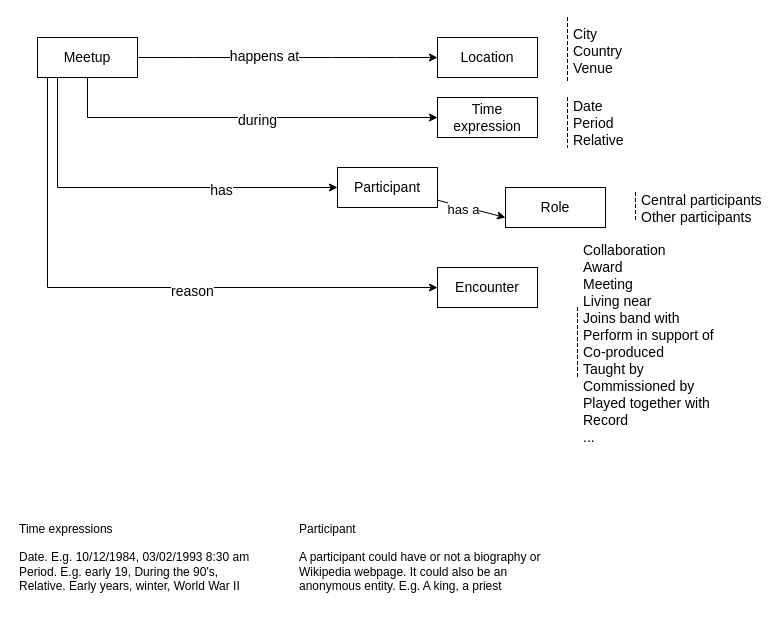
albamoralest/meetups_pilot keeps this draw.io diagram as page "Ideas" (1 of 2) of meetups-ontology.drawio. Above is the earlier version. Source tidied: cells renumbered, new cells numbered last; positions are measured from the earlier drawing's top-left corner, leaving out a move shared by most shapes. Both pictures are drawn from the tidied source at 100%, with x=0, y=0 at pixel (17, 17).
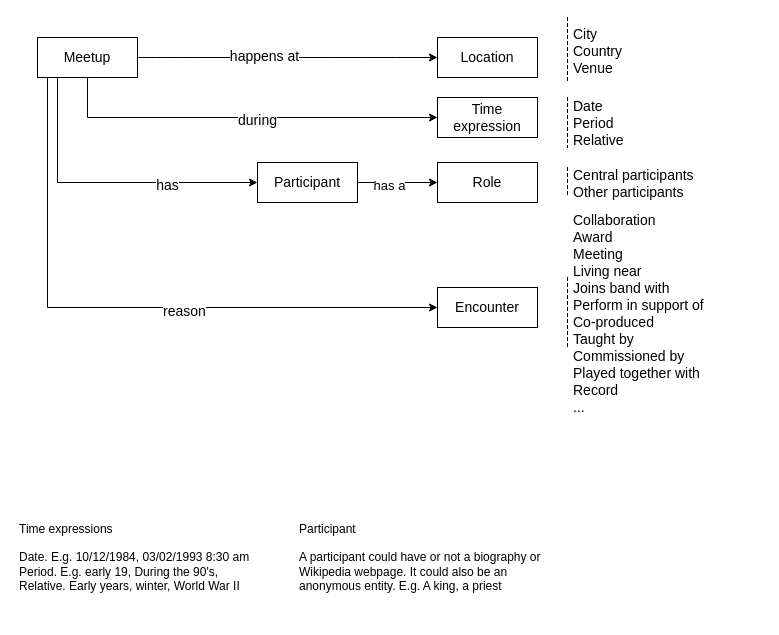
After the change.

Unchanged cells that the change refers to:
```xml
<mxCell id="10" value="Meetup" style="whiteSpace=wrap;html=1;align=center;fontSize=14;" parent="1" vertex="1">
  <mxGeometry x="20" y="20" width="100" height="40" as="geometry" />
</mxCell>
```

Change to the diagram source:
```diff
@@
     <mxCell id="6" style="edgeStyle=orthogonalEdgeStyle;rounded=0;jettySize=auto;html=1;fontSize=14;entryX=0;entryY=0.5;entryDx=0;entryDy=0;exitX=0.25;exitY=1;exitDx=0;exitDy=0;" parent="1" edge="1" source="10" target="13">
       <mxGeometry relative="1" as="geometry">
         <Array as="points">
           <mxPoint x="30" y="60" />
-          <mxPoint x="30" y="270" />
+          <mxPoint x="30" y="290" />
         </Array>
       </mxGeometry>
     </mxCell>
@@
     <mxCell id="8" style="edgeStyle=orthogonalEdgeStyle;rounded=0;jettySize=auto;html=1;entryX=0;entryY=0.5;entryDx=0;entryDy=0;fontSize=14;exitX=0.25;exitY=1;exitDx=0;exitDy=0;" parent="1" edge="1" source="10" target="26">
       <mxGeometry relative="1" as="geometry">
         <Array as="points">
           <mxPoint x="40" y="60" />
-          <mxPoint x="40" y="170" />
+          <mxPoint x="40" y="165" />
         </Array>
       </mxGeometry>
     </mxCell>
@@
     <mxCell id="13" value="Encounter" style="whiteSpace=wrap;html=1;align=center;fontSize=14;" parent="1" vertex="1">
-      <mxGeometry x="420" y="250" width="100" height="40" as="geometry" />
+      <mxGeometry x="420" y="270" width="100" height="40" as="geometry" />
     </mxCell>
     <mxCell id="14" value="Collaboration&#10;Award&#10;Meeting&#10;Living near&#10;Joins band with&#10;Perform in support of&#10;Co-produced&#10;Taught by&#10;Commissioned by&#10;Played together with&#10;Record&#10;..." style="shape=partialRectangle;fillColor=none;align=left;verticalAlign=middle;strokeColor=none;spacingLeft=34;fontSize=14;" parent="1" vertex="1">
-      <mxGeometry x="530" y="290" width="90" height="70" as="geometry" />
+      <mxGeometry x="520" y="260" width="90" height="70" as="geometry" />
     </mxCell>
@@
-    <mxCell id="16" style="rounded=0;jettySize=auto;html=1;entryX=0;entryY=0.75;entryDx=0;entryDy=0;" parent="1" edge="1" source="26" target="25">
+    <mxCell id="16" style="rounded=0;jettySize=auto;html=1;entryX=0;entryY=0.5;entryDx=0;entryDy=0;" parent="1" edge="1" source="26" target="25">
       <mxGeometry relative="1" as="geometry" />
     </mxCell>
@@
     <mxCell id="18" value="Central participants&#10;Other participants" style="shape=partialRectangle;fillColor=none;align=left;verticalAlign=middle;strokeColor=none;spacingLeft=34;points=[[0,0.5],[1,0.5]];portConstraint=eastwest;fontSize=14;" parent="1" vertex="1">
-      <mxGeometry x="588" y="175" width="90" height="30" as="geometry" />
+      <mxGeometry x="520" y="150" width="90" height="30" as="geometry" />
     </mxCell>
@@
     <mxCell id="25" value="Role" style="whiteSpace=wrap;html=1;align=center;fontSize=14;" parent="1" vertex="1">
-      <mxGeometry x="488" y="170" width="100" height="40" as="geometry" />
+      <mxGeometry x="420" y="145" width="100" height="40" as="geometry" />
     </mxCell>
     <mxCell id="26" value="Participant" style="whiteSpace=wrap;html=1;align=center;fontSize=14;" parent="1" vertex="1">
-      <mxGeometry x="320" y="150" width="100" height="40" as="geometry" />
+      <mxGeometry x="240" y="145" width="100" height="40" as="geometry" />
     </mxCell>
@@
+    <mxCell id="28" style="edgeStyle=orthogonalEdgeStyle;rounded=0;orthogonalLoop=1;jettySize=auto;html=1;exitX=1;exitY=0.5;exitDx=0;exitDy=0;" parent="1" edge="1" source="18" target="18">
+      <mxGeometry relative="1" as="geometry" />
+    </mxCell>
```
